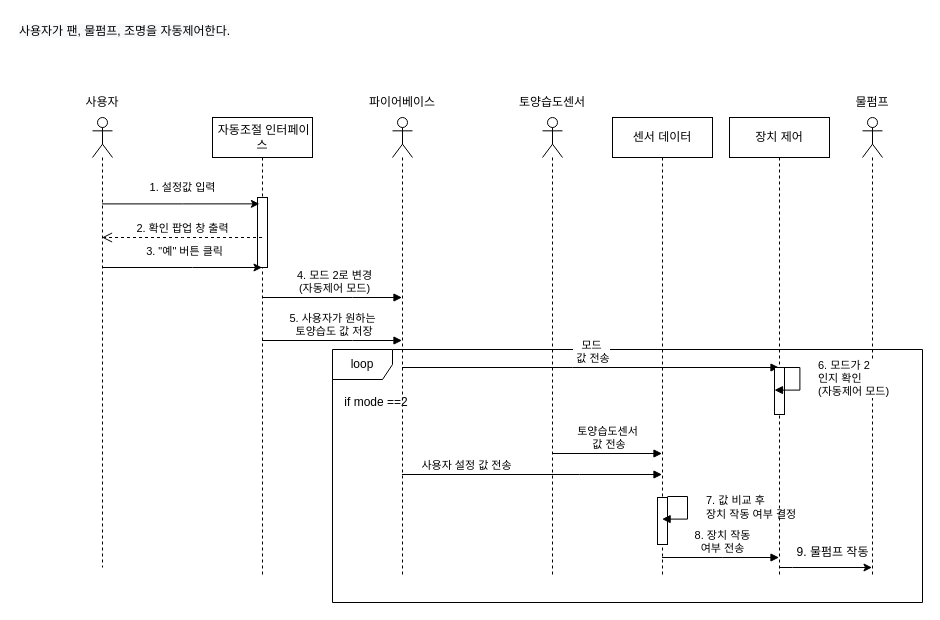
This is 5주차/시퀀스 다이어그램/auto_sqd.drawio from sonmyungwon/Software-Development, a draw.io file, before an edit. Source tidied: cells renumbered, new cells numbered last; positions are measured from the earlier drawing's top-left corner, leaving out a move shared by most shapes. Both pictures are drawn from the tidied source at 100%, with x=0, y=0 at pixel (17, 17).
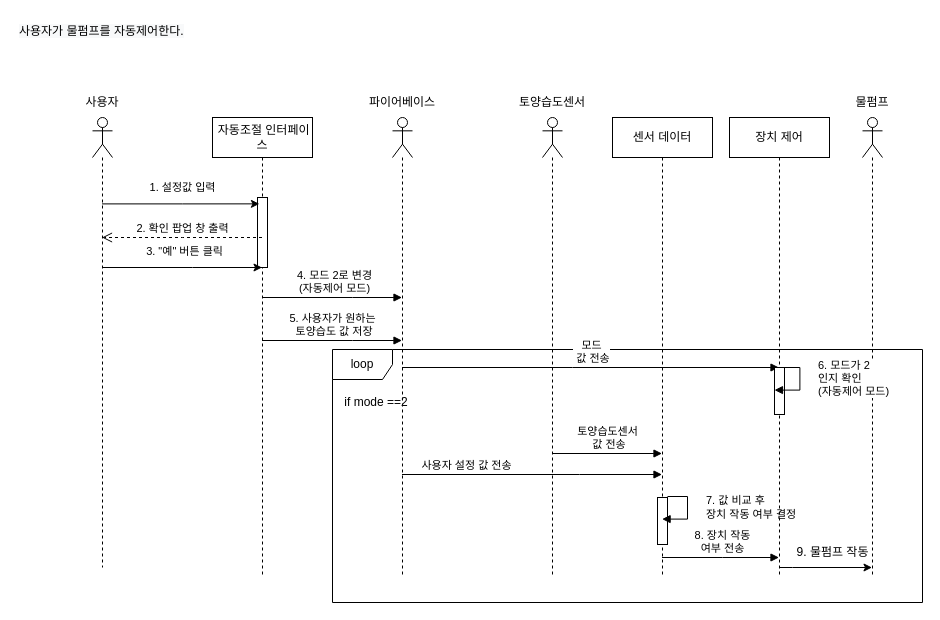
The same page after the edit.

Change to the diagram source:
```diff
@@
-    <mxCell id="2" value="&lt;span style=&quot;color: rgb(0, 0, 0); font-family: Helvetica; font-size: 12px; font-style: normal; font-variant-ligatures: normal; font-variant-caps: normal; font-weight: 400; letter-spacing: normal; orphans: 2; text-align: center; text-indent: 0px; text-transform: none; widows: 2; word-spacing: 0px; -webkit-text-stroke-width: 0px; background-color: rgb(248, 249, 250); text-decoration-thickness: initial; text-decoration-style: initial; text-decoration-color: initial; float: none; display: inline !important;&quot;&gt;사용자가 팬, 물펌프, 조명을 자동제어한다.&lt;/span&gt;" style="text;whiteSpace=wrap;html=1;" parent="1" vertex="1">
+    <mxCell id="2" value="&lt;span style=&quot;color: rgb(0, 0, 0); font-family: Helvetica; font-size: 12px; font-style: normal; font-variant-ligatures: normal; font-variant-caps: normal; font-weight: 400; letter-spacing: normal; orphans: 2; text-align: center; text-indent: 0px; text-transform: none; widows: 2; word-spacing: 0px; -webkit-text-stroke-width: 0px; background-color: rgb(248, 249, 250); text-decoration-thickness: initial; text-decoration-style: initial; text-decoration-color: initial; float: none; display: inline !important;&quot;&gt;사용자가 물펌프를 자동제어한다.&lt;/span&gt;" style="text;whiteSpace=wrap;html=1;" parent="1" vertex="1">
       <mxGeometry width="260" height="40" as="geometry" />
     </mxCell>
```
